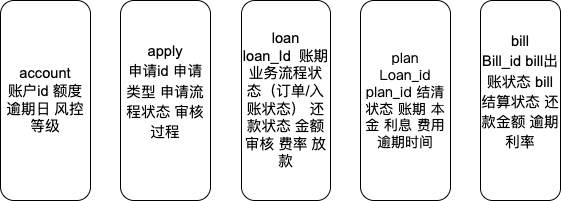
This is four.drawio.png from a490888602/draw, a draw.io export, as it was before one commit. Source tidied: cells renumbered, new cells last; positions are measured from the earlier drawing's top-left corner, leaving out a move shared by most shapes.
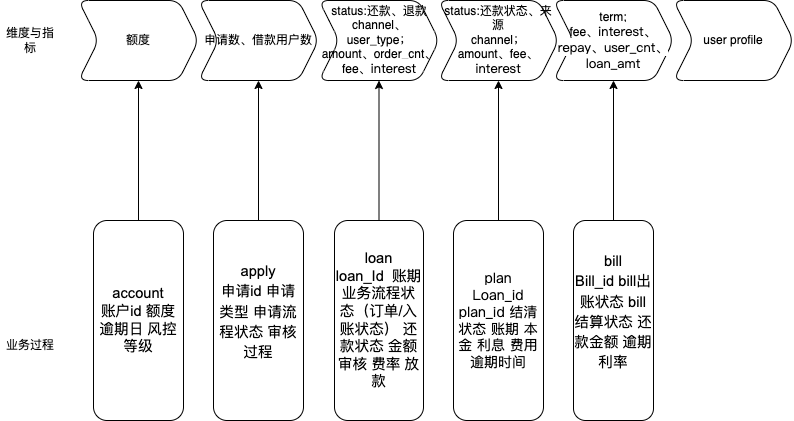
Above is the later version.

What changed in the source:
```diff
@@ -2,20 +2,59 @@
   <root>
     <mxCell id="0" />
     <mxCell id="1" parent="0" />
+    <mxCell id="7" style="edgeStyle=orthogonalEdgeStyle;rounded=0;jettySize=auto;html=1;" parent="1" edge="1" source="2" target="12">
+      <mxGeometry relative="1" as="geometry" />
+    </mxCell>
     <mxCell id="2" value="&lt;span id=&quot;docs-internal-guid-83511a7a-7fff-3f9d-e6df-8746c490096c&quot;&gt;&lt;span style=&quot;font-size: 11pt; font-family: Arial; background-color: transparent; font-variant-numeric: normal; font-variant-east-asian: normal; vertical-align: baseline;&quot;&gt;loan&lt;br&gt;loan_Id&amp;nbsp; 账期 业务流程状态（订单/入账状态） 还款状态 金额 审核 费率 放款&lt;/span&gt;&lt;/span&gt;" style="rounded=1;whiteSpace=wrap;html=1;" parent="1" vertex="1">
       <mxGeometry x="241" width="89" height="200" as="geometry" />
     </mxCell>
+    <mxCell id="8" style="edgeStyle=orthogonalEdgeStyle;rounded=0;jettySize=auto;html=1;" parent="1" edge="1" source="3" target="13">
+      <mxGeometry relative="1" as="geometry" />
+    </mxCell>
     <mxCell id="3" value="&lt;span id=&quot;docs-internal-guid-bf8f7a82-7fff-602e-8432-1a25ba38394f&quot;&gt;&lt;span style=&quot;font-size: 10.5pt; font-family: Roboto, sans-serif; background-color: rgb(255, 255, 255); font-variant-numeric: normal; font-variant-east-asian: normal; vertical-align: baseline;&quot;&gt;plan&lt;br&gt;Loan_id plan_id 结清状态 账期 本金 利息 费用 逾期时间&lt;/span&gt;&lt;/span&gt;" style="rounded=1;whiteSpace=wrap;html=1;" parent="1" vertex="1">
       <mxGeometry x="360" width="90" height="200" as="geometry" />
     </mxCell>
+    <mxCell id="9" style="edgeStyle=orthogonalEdgeStyle;rounded=0;jettySize=auto;html=1;" parent="1" edge="1" source="4" target="14">
+      <mxGeometry relative="1" as="geometry" />
+    </mxCell>
     <mxCell id="4" value="&lt;span id=&quot;docs-internal-guid-64f98985-7fff-c305-117b-a17ff65b53cc&quot;&gt;&lt;p style=&quot;line-height:1.38;margin-top:0pt;margin-bottom:0pt;&quot; dir=&quot;ltr&quot;&gt;&lt;span style=&quot;font-size: 11pt; font-family: Arial; background-color: transparent; font-variant-numeric: normal; font-variant-east-asian: normal; vertical-align: baseline;&quot;&gt;bill&lt;/span&gt;&lt;/p&gt;&lt;p style=&quot;line-height:1.38;margin-top:0pt;margin-bottom:0pt;&quot; dir=&quot;ltr&quot;&gt;&lt;span style=&quot;font-size: 11pt; font-family: Arial; background-color: transparent; font-variant-numeric: normal; font-variant-east-asian: normal; vertical-align: baseline;&quot;&gt;Bill_id bill出账状态 bill结算状态 还款金额 逾期 利率&lt;/span&gt;&lt;/p&gt;&lt;div&gt;&lt;span style=&quot;font-size: 11pt; font-family: Arial; background-color: transparent; font-variant-numeric: normal; font-variant-east-asian: normal; vertical-align: baseline;&quot;&gt;&lt;br&gt;&lt;/span&gt;&lt;/div&gt;&lt;/span&gt;" style="rounded=1;whiteSpace=wrap;html=1;" parent="1" vertex="1">
       <mxGeometry x="480" width="80" height="200" as="geometry" />
     </mxCell>
+    <mxCell id="10" style="edgeStyle=orthogonalEdgeStyle;rounded=0;jettySize=auto;html=1;" parent="1" edge="1" source="5" target="16">
+      <mxGeometry relative="1" as="geometry" />
+    </mxCell>
     <mxCell id="5" value="&lt;font face=&quot;Arial&quot;&gt;&lt;span style=&quot;font-size: 14.6667px;&quot;&gt;account&lt;br&gt;&lt;/span&gt;&lt;/font&gt;&lt;span id=&quot;docs-internal-guid-54aa4b02-7fff-f209-f8f3-352665f40cc6&quot;&gt;&lt;span style=&quot;font-size: 11pt; font-family: Arial; background-color: transparent; font-variant-numeric: normal; font-variant-east-asian: normal; vertical-align: baseline;&quot;&gt;账户id 额度 逾期日 风控等级&lt;/span&gt;&lt;/span&gt;" style="rounded=1;whiteSpace=wrap;html=1;" parent="1" vertex="1">
       <mxGeometry width="90" height="200" as="geometry" />
     </mxCell>
+    <mxCell id="11" style="edgeStyle=orthogonalEdgeStyle;rounded=0;jettySize=auto;html=1;" parent="1" edge="1" source="6" target="15">
+      <mxGeometry relative="1" as="geometry" />
+    </mxCell>
     <mxCell id="6" value="&lt;span id=&quot;docs-internal-guid-b4b9b830-7fff-1e67-7a88-3326344816ca&quot;&gt;&lt;p style=&quot;line-height:1.38;margin-top:0pt;margin-bottom:0pt;&quot; dir=&quot;ltr&quot;&gt;&lt;span style=&quot;font-size: 11pt; font-family: Arial; background-color: transparent; font-variant-numeric: normal; font-variant-east-asian: normal; vertical-align: baseline;&quot;&gt;apply&lt;/span&gt;&lt;/p&gt;&lt;p style=&quot;line-height:1.38;margin-top:0pt;margin-bottom:0pt;&quot; dir=&quot;ltr&quot;&gt;&lt;span style=&quot;background-color: transparent; font-family: Arial; font-size: 11pt;&quot;&gt;申请id 申请类型 申请流程状态 审核过程&lt;/span&gt;&lt;/p&gt;&lt;div&gt;&lt;span style=&quot;font-size: 11pt; font-family: Arial; background-color: transparent; font-variant-numeric: normal; font-variant-east-asian: normal; vertical-align: baseline;&quot;&gt;&lt;br&gt;&lt;/span&gt;&lt;/div&gt;&lt;/span&gt;" style="rounded=1;whiteSpace=wrap;html=1;" parent="1" vertex="1">
       <mxGeometry x="120" width="90" height="200" as="geometry" />
     </mxCell>
+    <mxCell id="12" value="status:还款、退款&lt;br&gt;channel、user_type；&lt;br&gt;amount、order_cnt、fee、&lt;span style=&quot;font-family: docs-Consolas; font-size: 13px; text-align: left; background-color: rgb(255, 255, 255);&quot;&gt;interest&lt;/span&gt;" style="shape=step;perimeter=stepPerimeter;whiteSpace=wrap;html=1;fixedSize=1;rounded=1;" parent="1" vertex="1">
+      <mxGeometry x="225.5" y="-220" width="120" height="80" as="geometry" />
+    </mxCell>
+    <mxCell id="13" value="status:还款状态、来源&lt;br&gt;channel；&lt;br&gt;amount、fee、&lt;span style=&quot;font-family: docs-Consolas; font-size: 13px; text-align: left; background-color: rgb(255, 255, 255);&quot;&gt;interest&lt;/span&gt;" style="shape=step;perimeter=stepPerimeter;whiteSpace=wrap;html=1;fixedSize=1;rounded=1;" parent="1" vertex="1">
+      <mxGeometry x="345" y="-220" width="120" height="80" as="geometry" />
+    </mxCell>
+    <mxCell id="14" value="term;&lt;br&gt;fee、&lt;span style=&quot;font-family: docs-Consolas; font-size: 13px; text-align: left; background-color: rgb(255, 255, 255);&quot;&gt;interest、repay、user_cnt、loan_amt&lt;/span&gt;" style="shape=step;perimeter=stepPerimeter;whiteSpace=wrap;html=1;fixedSize=1;rounded=1;" parent="1" vertex="1">
+      <mxGeometry x="460" y="-220" width="120" height="80" as="geometry" />
+    </mxCell>
+    <mxCell id="15" value="&lt;span style=&quot;&quot;&gt;申请数、借款用户数&lt;/span&gt;" style="shape=step;perimeter=stepPerimeter;whiteSpace=wrap;html=1;fixedSize=1;rounded=1;" parent="1" vertex="1">
+      <mxGeometry x="105" y="-220" width="120" height="80" as="geometry" />
+    </mxCell>
+    <mxCell id="16" value="额度" style="shape=step;perimeter=stepPerimeter;whiteSpace=wrap;html=1;fixedSize=1;rounded=1;" parent="1" vertex="1">
+      <mxGeometry x="-15" y="-220" width="120" height="80" as="geometry" />
+    </mxCell>
+    <mxCell id="17" value="user profile" style="shape=step;perimeter=stepPerimeter;whiteSpace=wrap;html=1;fixedSize=1;rounded=1;" parent="1" vertex="1">
+      <mxGeometry x="580" y="-220" width="120" height="80" as="geometry" />
+    </mxCell>
+    <mxCell id="18" value="业务过程" style="text;html=1;strokeColor=none;fillColor=none;align=center;verticalAlign=middle;whiteSpace=wrap;rounded=0;" parent="1" vertex="1">
+      <mxGeometry x="-93" y="110" width="60" height="30" as="geometry" />
+    </mxCell>
+    <mxCell id="19" value="维度与指标" style="text;html=1;strokeColor=none;fillColor=none;align=center;verticalAlign=middle;whiteSpace=wrap;rounded=0;" parent="1" vertex="1">
+      <mxGeometry x="-93" y="-195" width="60" height="30" as="geometry" />
+    </mxCell>
   </root>
 </mxGraphModel>
```
